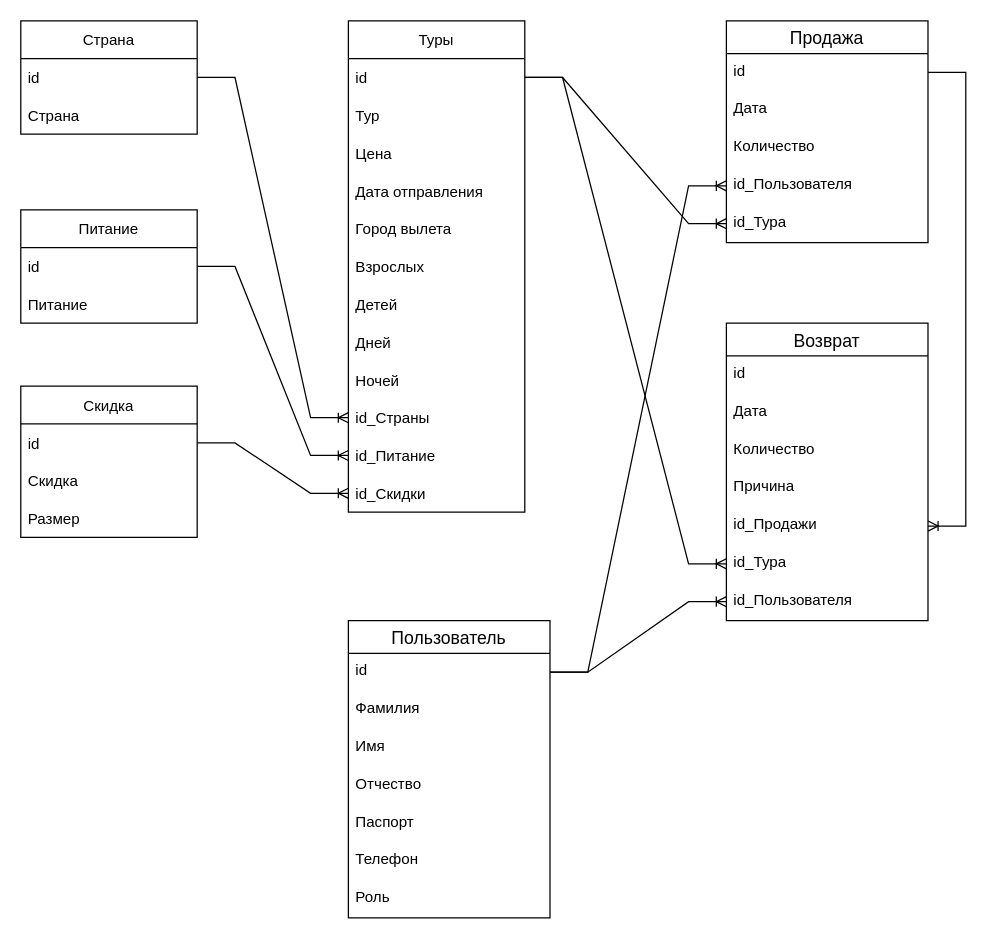
ARAOvsepyan/BSBD_Coursework keeps this draw.io diagram as bsbd.drawio. Above is the earlier version. Source tidied: cells renumbered, new cells numbered last; positions are measured from the earlier drawing's top-left corner, leaving out a move shared by most shapes. Both pictures are drawn from the tidied source at 126%, with x=0, y=0 at pixel (20, 20).
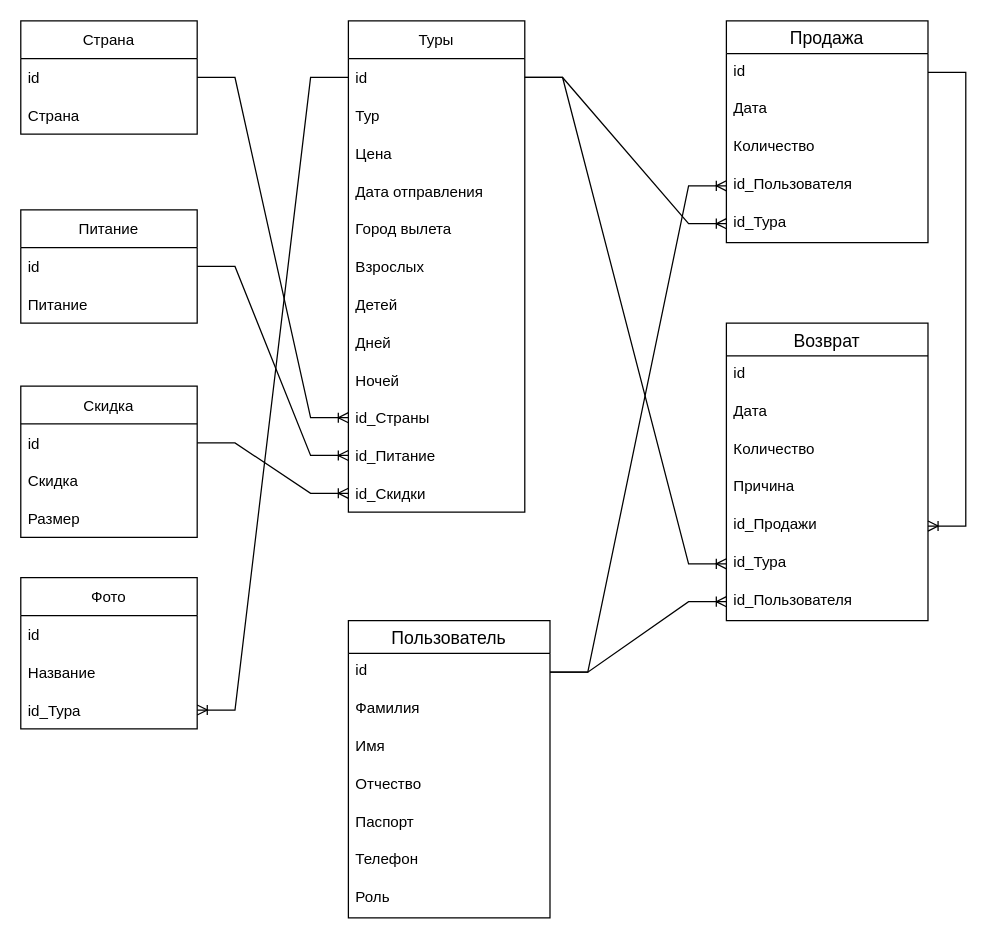
The same diagram, later.

The change refers to these unchanged cells:
```xml
<mxCell id="3" value="id" style="text;strokeColor=none;fillColor=none;align=left;verticalAlign=middle;spacingLeft=4;spacingRight=4;overflow=hidden;points=[[0,0.5],[1,0.5]];portConstraint=eastwest;" parent="2" vertex="1">
  <mxGeometry y="30" width="140" height="30" as="geometry" />
</mxCell>
```

What changed in the source:
```diff
@@
+    <mxCell id="55" value="Фото" style="swimlane;fontStyle=0;horizontal=1;startSize=30;" parent="1" vertex="1">
+      <mxGeometry y="442" width="140" height="120" as="geometry" />
+    </mxCell>
+    <mxCell id="56" value="id" style="text;strokeColor=none;fillColor=none;align=left;verticalAlign=middle;spacingLeft=4;spacingRight=4;overflow=hidden;" parent="55" vertex="1">
+      <mxGeometry y="30" width="140" height="30" as="geometry" />
+    </mxCell>
+    <mxCell id="57" value="Название" style="text;strokeColor=none;fillColor=none;align=left;verticalAlign=middle;spacingLeft=4;spacingRight=4;overflow=hidden;" parent="55" vertex="1">
+      <mxGeometry y="60" width="140" height="30" as="geometry" />
+    </mxCell>
+    <mxCell id="58" value="id_Тура" style="text;strokeColor=none;fillColor=none;align=left;verticalAlign=middle;spacingLeft=4;spacingRight=4;overflow=hidden;points=[[0,0.5],[1,0.5]];portConstraint=eastwest;" parent="55" vertex="1">
+      <mxGeometry y="90" width="140" height="30" as="geometry" />
+    </mxCell>
+    <mxCell id="59" style="edgeStyle=entityRelationEdgeStyle;fontSize=12;html=1;endArrow=ERoneToMany;rounded=0;exitX=0;exitY=0.5;exitDx=0;exitDy=0;entryX=1;entryY=0.5;entryDx=0;entryDy=0;" parent="1" edge="1" source="3" target="58">
+      <mxGeometry relative="1" as="geometry" />
+    </mxCell>
```
